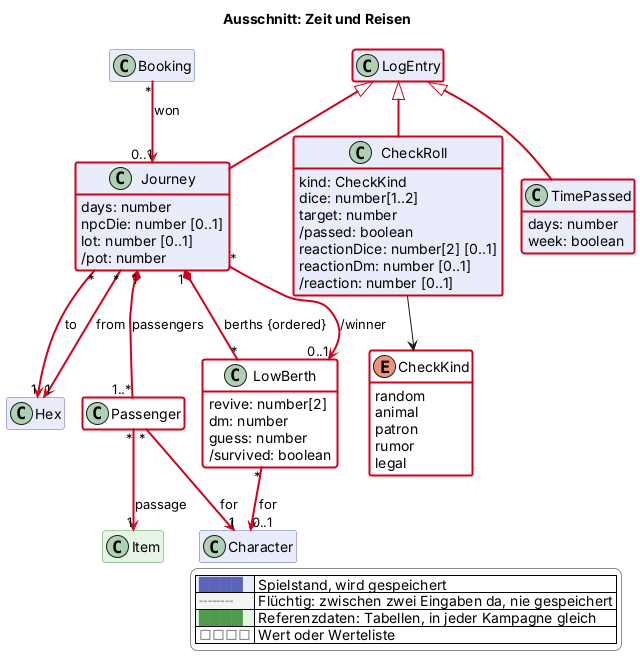
scuzzar/SRE keeps this PlantUML diagram as docs/views/reise.png. Above is the earlier version.
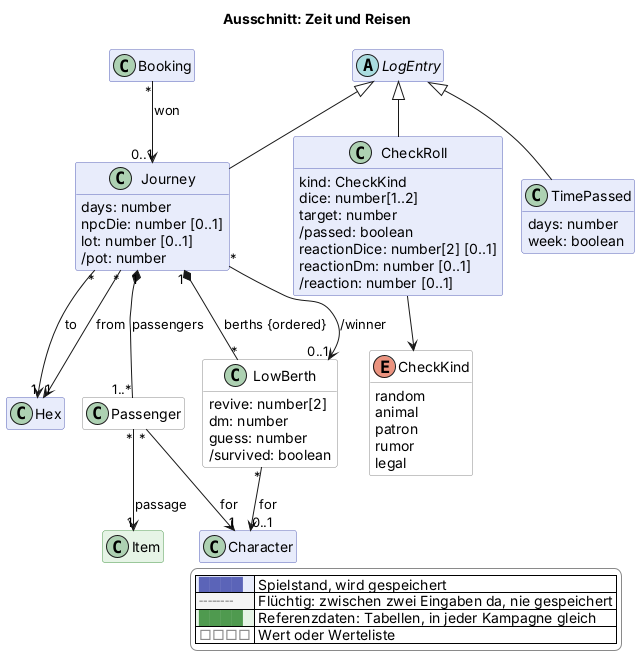
After the commit.

Change to the diagram source:
```diff
@@ -74,11 +74,11 @@
 
   abstract class LogEntry $probe
 
-  class TimePassed $reise $newClass("2026-11-13d") {
+  class TimePassed $reise {
     days: number
     week: boolean
   }
-  class CheckRoll $reise $newClass("2026-11-13d") {
+  class CheckRoll $reise {
     kind: CheckKind
     dice: number[1..2]
     target: number
@@ -87,22 +87,22 @@
     reactionDm: number [0..1]
     /reaction: number [0..1]
   }
-  enum CheckKind <<value>> $reise $newClass("2026-11-13d") {
+  enum CheckKind <<value>> $reise {
     random
     animal
     patron
     rumor
     legal
   }
-  class Journey $reise $newClass("2026-11-13d") {
+  class Journey $reise {
     days: number
     npcDie: number [0..1]
     lot: number [0..1]
     /pot: number
   }
-  class Passenger <<value>> $reise $newClass("2026-11-13d") {
+  class Passenger <<value>> $reise {
   }
-  class LowBerth <<value>> $reise $newClass("2026-11-13d") {
+  class LowBerth <<value>> $reise {
     revive: number[2]
     dm: number
     guess: number
@@ -113,19 +113,19 @@
   class Item <<reference>> $shop
 
 
-LogEntry <|-$newArrow("2026-11-13d")- TimePassed
-LogEntry <|-$newArrow("2026-11-13d")- CheckRoll
+LogEntry <|-- TimePassed
+LogEntry <|-- CheckRoll
 CheckRoll --> CheckKind
-LogEntry <|-$newArrow("2026-11-13d")- Journey
-Journey "*" -$newArrow("2026-11-13d")-> "1" Hex : from
-Journey "*" -$newArrow("2026-11-13d")-> "1" Hex : to
-Journey "1" *-$newArrow("2026-11-13d")- "1..*" Passenger : passengers
-Passenger "*" -$newArrow("2026-11-13d")-> "1" Character : for
-Passenger "*" -$newArrow("2026-11-13d")-> "1" Item : passage
-Journey "1" *-$newArrow("2026-11-13d")- "*" LowBerth : berths {ordered}
-LowBerth "*" -$newArrow("2026-11-13d")-> "0..1" Character : for
-Journey "*" -$newArrow("2026-11-13d")-> "0..1" LowBerth : /winner
-Booking "*" -$newArrow("2026-11-13d")-> "0..1" Journey : won
+LogEntry <|-- Journey
+Journey "*" --> "1" Hex : from
+Journey "*" --> "1" Hex : to
+Journey "1" *-- "1..*" Passenger : passengers
+Passenger "*" --> "1" Character : for
+Passenger "*" --> "1" Item : passage
+Journey "1" *-- "*" LowBerth : berths {ordered}
+LowBerth "*" --> "0..1" Character : for
+Journey "*" --> "0..1" LowBerth : /winner
+Booking "*" --> "0..1" Journey : won
 
 
 
@@ -144,5 +144,4 @@
   |<#e6f4e6> <color:#4f9a4f>████</color> | Referenzdaten: Tabellen, in jeder Kampagne gleich |
   |<#ffffff> <color:#8a8a8a>□□□□</color> | Wert oder Werteliste |
 endlegend
-class LogEntry #line:d0021b;line.bold
 @enduml
```
